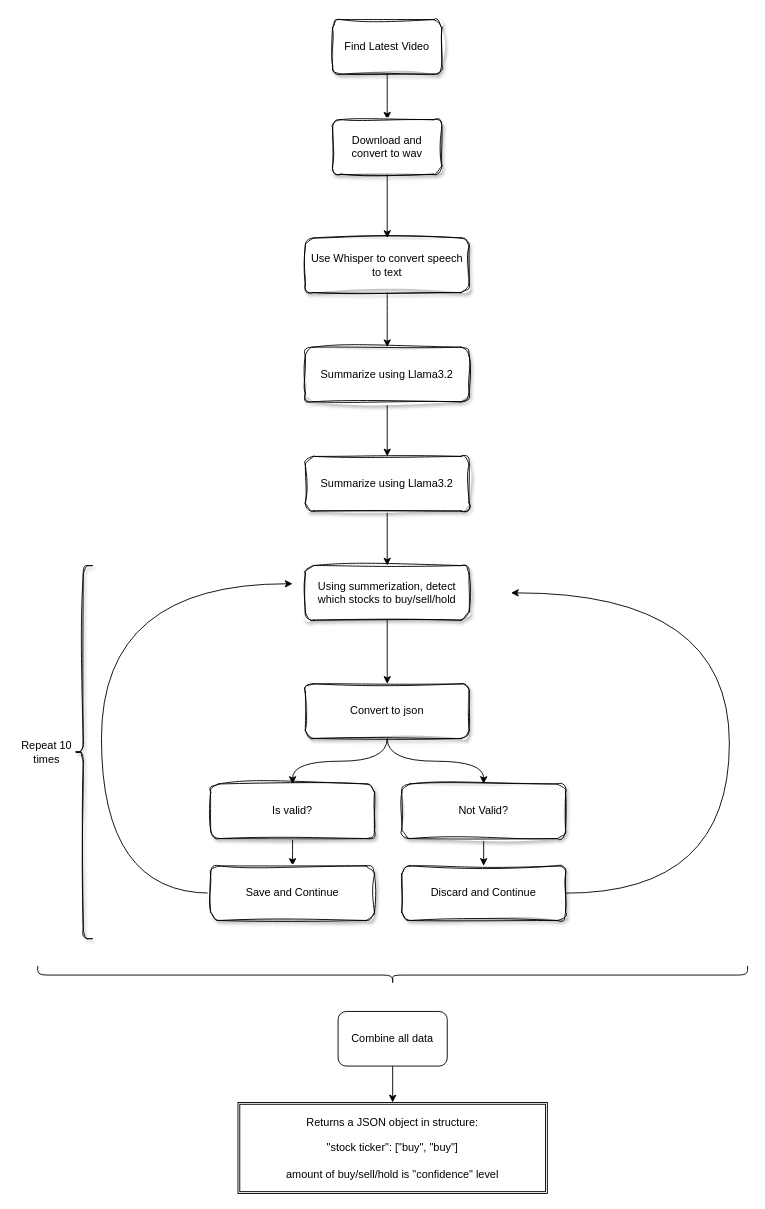
Above: page "C4 Context" (1 of 4) of draw.drawio in ved-patel226/MadMoneyAI (draw.io), before the change. Source tidied: cells renumbered, new cells numbered last; positions are measured from the earlier drawing's top-left corner, leaving out a move shared by most shapes. Both pictures are drawn from the tidied source at 91%, with x=0, y=0 at pixel (19, 19).
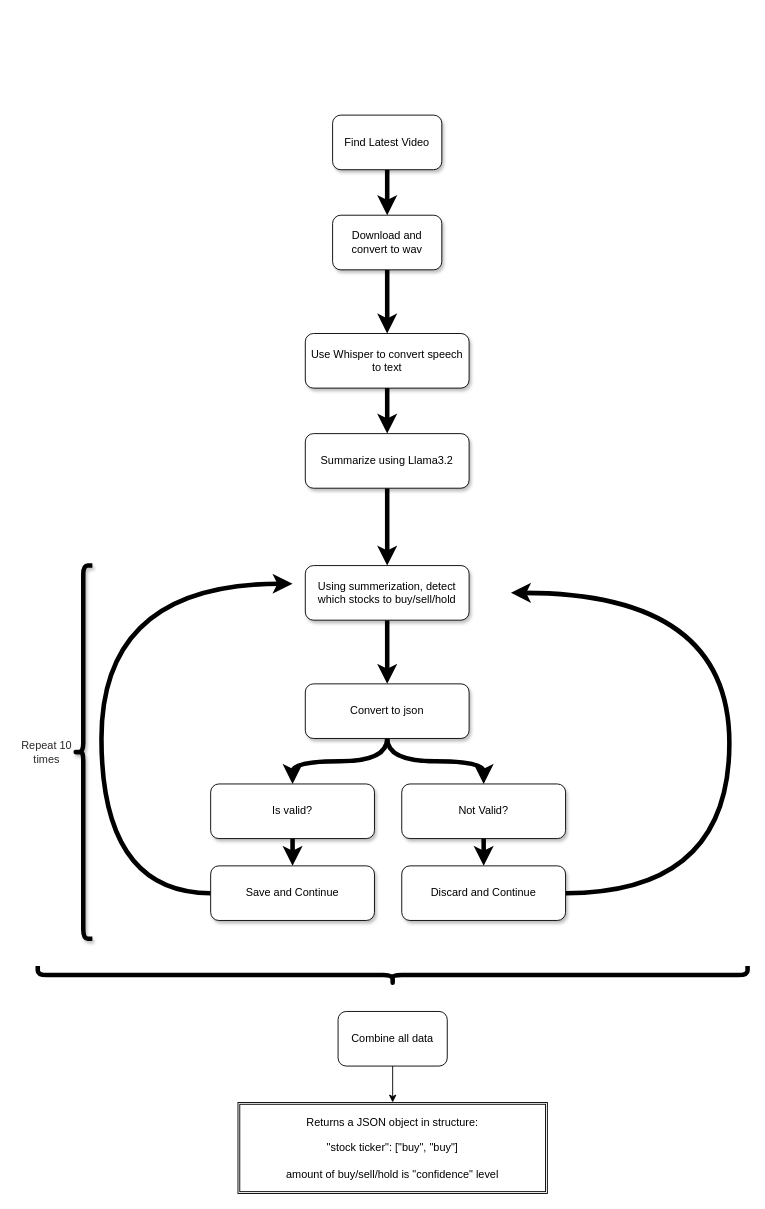
Above is the later version.

The change refers to these unchanged cells:
```xml
<mxCell id="28" value="Returns a JSON object in structure:&lt;br&gt;&lt;br&gt;&quot;stock ticker&quot;: [&quot;buy&quot;, &quot;buy&quot;]&lt;br&gt;&lt;br&gt;amount of buy/sell/hold is &quot;confidence&quot; level" style="shape=ext;double=1;rounded=0;whiteSpace=wrap;html=1;" parent="1" vertex="1">
  <mxGeometry x="240" y="1190" width="340" height="100" as="geometry" />
</mxCell>
<mxCell id="30" value="Combine all data" style="rounded=1;whiteSpace=wrap;html=1;" parent="1" vertex="1">
  <mxGeometry x="350" y="1090" width="120" height="60" as="geometry" />
</mxCell>
```

The edit, as a diff of the source:
```diff
@@
-<mxGraphModel>
+<mxGraphModel background="#ffffff">
@@
-    <mxCell id="2" style="edgeStyle=orthogonalEdgeStyle;html=1;entryX=0.5;entryY=0;entryDx=0;entryDy=0;curved=1;" parent="1" edge="1" source="3" target="5">
+    <mxCell id="2" style="edgeStyle=orthogonalEdgeStyle;html=1;entryX=0.5;entryY=0;entryDx=0;entryDy=0;curved=1;strokeColor=#000000;strokeWidth=5;" parent="1" edge="1" source="3" target="5">
       <mxGeometry relative="1" as="geometry" />
     </mxCell>
-    <mxCell id="3" value="Find Latest Video" style="rounded=1;whiteSpace=wrap;html=1;shadow=1;sketch=1;curveFitting=1;jiggle=2;" parent="1" vertex="1">
-      <mxGeometry x="344" width="120" height="60" as="geometry" />
+    <mxCell id="3" value="Find Latest Video" style="rounded=1;whiteSpace=wrap;html=1;shadow=1;" parent="1" vertex="1">
+      <mxGeometry x="344" y="105" width="120" height="60" as="geometry" />
     </mxCell>
-    <mxCell id="4" style="edgeStyle=orthogonalEdgeStyle;curved=1;html=1;entryX=0.5;entryY=0;entryDx=0;entryDy=0;" parent="1" edge="1" source="5" target="7">
+    <mxCell id="4" style="edgeStyle=orthogonalEdgeStyle;curved=1;html=1;entryX=0.5;entryY=0;entryDx=0;entryDy=0;strokeColor=#000000;strokeWidth=5;" parent="1" edge="1" source="5" target="7">
       <mxGeometry relative="1" as="geometry" />
     </mxCell>
-    <mxCell id="5" value="Download and convert to wav" style="rounded=1;whiteSpace=wrap;html=1;shadow=1;sketch=1;curveFitting=1;jiggle=2;" parent="1" vertex="1">
-      <mxGeometry x="344" y="110" width="120" height="60" as="geometry" />
+    <mxCell id="5" value="Download and convert to wav" style="rounded=1;whiteSpace=wrap;html=1;shadow=1;" parent="1" vertex="1">
+      <mxGeometry x="344" y="215" width="120" height="60" as="geometry" />
     </mxCell>
-    <mxCell id="6" style="edgeStyle=orthogonalEdgeStyle;curved=1;html=1;" parent="1" edge="1" source="7" target="9">
+    <mxCell id="6" style="edgeStyle=orthogonalEdgeStyle;curved=1;html=1;strokeColor=#000000;strokeWidth=5;" parent="1" edge="1" source="7" target="9">
       <mxGeometry relative="1" as="geometry" />
     </mxCell>
-    <mxCell id="7" value="Use Whisper to convert speech to text" style="rounded=1;whiteSpace=wrap;html=1;glass=0;shadow=1;sketch=1;curveFitting=1;jiggle=2;" parent="1" vertex="1">
-      <mxGeometry x="314" y="240" width="180" height="60" as="geometry" />
+    <mxCell id="7" value="Use Whisper to convert speech to text" style="rounded=1;whiteSpace=wrap;html=1;glass=0;shadow=1;" parent="1" vertex="1">
+      <mxGeometry x="314" y="345" width="180" height="60" as="geometry" />
     </mxCell>
-    <mxCell id="8" style="edgeStyle=orthogonalEdgeStyle;curved=1;html=1;" parent="1" edge="1" source="9" target="11">
+    <mxCell id="8" style="edgeStyle=orthogonalEdgeStyle;curved=1;html=1;entryX=0.5;entryY=0;entryDx=0;entryDy=0;strokeColor=#000000;strokeWidth=5;" parent="1" edge="1" source="9" target="13">
       <mxGeometry relative="1" as="geometry" />
     </mxCell>
-    <mxCell id="9" value="Summarize using Llama3.2" style="rounded=1;whiteSpace=wrap;html=1;glass=0;shadow=1;sketch=1;curveFitting=1;jiggle=2;" parent="1" vertex="1">
-      <mxGeometry x="314" y="360" width="180" height="60" as="geometry" />
+    <mxCell id="9" value="Summarize using Llama3.2" style="rounded=1;whiteSpace=wrap;html=1;glass=0;shadow=1;" parent="1" vertex="1">
+      <mxGeometry x="314" y="455" width="180" height="60" as="geometry" />
     </mxCell>
-    <mxCell id="10" style="edgeStyle=orthogonalEdgeStyle;curved=1;html=1;entryX=0.5;entryY=0;entryDx=0;entryDy=0;" parent="1" edge="1" source="11" target="13">
-      <mxGeometry relative="1" as="geometry" />
-    </mxCell>
-    <mxCell id="11" value="Summarize using Llama3.2" style="rounded=1;whiteSpace=wrap;html=1;glass=0;shadow=1;sketch=1;curveFitting=1;jiggle=2;" parent="1" vertex="1">
-      <mxGeometry x="314" y="480" width="180" height="60" as="geometry" />
-    </mxCell>
-    <mxCell id="12" style="edgeStyle=orthogonalEdgeStyle;curved=1;html=1;entryX=0.5;entryY=0;entryDx=0;entryDy=0;" parent="1" edge="1" source="13" target="16">
+    <mxCell id="12" style="edgeStyle=orthogonalEdgeStyle;curved=1;html=1;entryX=0.5;entryY=0;entryDx=0;entryDy=0;strokeColor=#000000;strokeWidth=5;" parent="1" edge="1" source="13" target="16">
       <mxGeometry relative="1" as="geometry" />
     </mxCell>
-    <mxCell id="13" value="Using summerization, detect which stocks to buy/sell/hold" style="rounded=1;whiteSpace=wrap;html=1;glass=0;shadow=1;sketch=1;curveFitting=1;jiggle=2;" parent="1" vertex="1">
+    <mxCell id="13" value="Using summerization, detect which stocks to buy/sell/hold" style="rounded=1;whiteSpace=wrap;html=1;glass=0;shadow=1;" parent="1" vertex="1">
       <mxGeometry x="314" y="600" width="180" height="60" as="geometry" />
     </mxCell>
-    <mxCell id="14" style="edgeStyle=orthogonalEdgeStyle;curved=1;html=1;" parent="1" edge="1" source="16" target="18">
+    <mxCell id="14" style="edgeStyle=orthogonalEdgeStyle;curved=1;html=1;strokeColor=#000000;strokeWidth=5;" parent="1" edge="1" source="16" target="18">
       <mxGeometry relative="1" as="geometry" />
     </mxCell>
-    <mxCell id="15" style="edgeStyle=orthogonalEdgeStyle;curved=1;html=1;" parent="1" edge="1" source="16" target="20">
+    <mxCell id="15" style="edgeStyle=orthogonalEdgeStyle;curved=1;html=1;strokeColor=#000000;strokeWidth=5;" parent="1" edge="1" source="16" target="20">
       <mxGeometry relative="1" as="geometry" />
     </mxCell>
-    <mxCell id="16" value="Convert to json" style="rounded=1;whiteSpace=wrap;html=1;glass=0;shadow=1;sketch=1;curveFitting=1;jiggle=2;" parent="1" vertex="1">
+    <mxCell id="16" value="Convert to json" style="rounded=1;whiteSpace=wrap;html=1;glass=0;shadow=1;" parent="1" vertex="1">
       <mxGeometry x="314" y="730" width="180" height="60" as="geometry" />
     </mxCell>
-    <mxCell id="17" style="edgeStyle=orthogonalEdgeStyle;curved=1;html=1;" parent="1" edge="1" source="18" target="22">
+    <mxCell id="17" style="edgeStyle=orthogonalEdgeStyle;curved=1;html=1;strokeColor=#000000;strokeWidth=5;" parent="1" edge="1" source="18" target="22">
       <mxGeometry relative="1" as="geometry" />
     </mxCell>
-    <mxCell id="18" value="Is valid?" style="rounded=1;whiteSpace=wrap;html=1;glass=0;shadow=1;sketch=1;curveFitting=1;jiggle=2;" parent="1" vertex="1">
+    <mxCell id="18" value="Is valid?" style="rounded=1;whiteSpace=wrap;html=1;glass=0;shadow=1;" parent="1" vertex="1">
       <mxGeometry x="210" y="840" width="180" height="60" as="geometry" />
     </mxCell>
-    <mxCell id="19" style="edgeStyle=orthogonalEdgeStyle;curved=1;html=1;" parent="1" edge="1" source="20" target="24">
+    <mxCell id="19" style="edgeStyle=orthogonalEdgeStyle;curved=1;html=1;strokeColor=#000000;strokeWidth=5;" parent="1" edge="1" source="20" target="24">
       <mxGeometry relative="1" as="geometry" />
     </mxCell>
-    <mxCell id="20" value="Not Valid?" style="rounded=1;whiteSpace=wrap;html=1;glass=0;shadow=1;sketch=1;curveFitting=1;jiggle=2;" parent="1" vertex="1">
+    <mxCell id="20" value="Not Valid?" style="rounded=1;whiteSpace=wrap;html=1;glass=0;shadow=1;" parent="1" vertex="1">
       <mxGeometry x="420" y="840" width="180" height="60" as="geometry" />
     </mxCell>
-    <mxCell id="21" style="edgeStyle=orthogonalEdgeStyle;curved=1;html=1;" parent="1" edge="1" source="22">
+    <mxCell id="21" style="edgeStyle=orthogonalEdgeStyle;curved=1;html=1;fontColor=#000000;strokeColor=#000000;strokeWidth=5;" parent="1" edge="1" source="22">
       <mxGeometry relative="1" as="geometry">
         <mxPoint x="300" y="620" as="targetPoint" />
         <Array as="points">
           <mxPoint x="90" y="960" />
           <mxPoint x="90" y="620" />
         </Array>
       </mxGeometry>
     </mxCell>
-    <mxCell id="22" value="Save and Continue" style="rounded=1;whiteSpace=wrap;html=1;glass=0;shadow=1;sketch=1;curveFitting=1;jiggle=2;" parent="1" vertex="1">
+    <mxCell id="22" value="Save and Continue" style="rounded=1;whiteSpace=wrap;html=1;glass=0;shadow=1;" parent="1" vertex="1">
       <mxGeometry x="210" y="930" width="180" height="60" as="geometry" />
     </mxCell>
-    <mxCell id="23" style="edgeStyle=orthogonalEdgeStyle;curved=1;html=1;" parent="1" edge="1" source="24">
+    <mxCell id="23" style="edgeStyle=orthogonalEdgeStyle;curved=1;html=1;fontColor=#000000;strokeColor=#000000;strokeWidth=5;" parent="1" edge="1" source="24">
       <mxGeometry relative="1" as="geometry">
         <mxPoint x="540" y="630" as="targetPoint" />
         <Array as="points">
           <mxPoint x="780" y="960" />
           <mxPoint x="780" y="630" />
         </Array>
       </mxGeometry>
     </mxCell>
-    <mxCell id="24" value="Discard and Continue" style="rounded=1;whiteSpace=wrap;html=1;glass=0;shadow=1;sketch=1;curveFitting=1;jiggle=2;" parent="1" vertex="1">
+    <mxCell id="24" value="Discard and Continue" style="rounded=1;whiteSpace=wrap;html=1;glass=0;shadow=1;" parent="1" vertex="1">
       <mxGeometry x="420" y="930" width="180" height="60" as="geometry" />
     </mxCell>
+    <mxCell id="31" style="edgeStyle=none;hachureGap=4;html=1;fontFamily=Architects Daughter;fontSize=16;" parent="1" edge="1" source="25" target="26">
+      <mxGeometry relative="1" as="geometry" />
+    </mxCell>
-    <mxCell id="25" style="shape=curlyBracket;whiteSpace=wrap;html=1;rounded=1;labelPosition=left;verticalLabelPosition=middle;align=right;verticalAlign=middle;shadow=1;glass=0;sketch=1;" parent="1" vertex="1">
+    <mxCell id="25" style="shape=curlyBracket;whiteSpace=wrap;html=1;rounded=1;labelPosition=left;verticalLabelPosition=middle;align=right;verticalAlign=middle;shadow=1;glass=0;gradientColor=none;strokeColor=#000000;strokeWidth=5;" parent="1" vertex="1">
       <mxGeometry x="60" y="600" width="20" height="410" as="geometry" />
     </mxCell>
-    <mxCell id="26" value="Repeat 10 times" style="text;html=1;strokeColor=none;fillColor=none;align=center;verticalAlign=middle;whiteSpace=wrap;rounded=0;shadow=1;glass=0;sketch=1;" parent="1" vertex="1">
+    <mxCell id="26" value="Repeat 10 times" style="text;html=1;strokeColor=none;fillColor=none;align=center;verticalAlign=middle;whiteSpace=wrap;rounded=0;shadow=1;glass=0;fontColor=#2e2929;" parent="1" vertex="1">
       <mxGeometry y="790" width="60" height="30" as="geometry" />
     </mxCell>
-    <mxCell id="27" style="shape=curlyBracket;whiteSpace=wrap;html=1;rounded=1;labelPosition=left;verticalLabelPosition=middle;align=right;verticalAlign=middle;rotation=-90;" parent="1" vertex="1">
+    <mxCell id="27" style="shape=curlyBracket;whiteSpace=wrap;html=1;rounded=1;labelPosition=left;verticalLabelPosition=middle;align=right;verticalAlign=middle;rotation=-90;fillColor=#000000;strokeColor=#000000;strokeWidth=5;" parent="1" vertex="1">
       <mxGeometry x="400" y="660" width="20" height="780" as="geometry" />
     </mxCell>
@@
-    <mxCell id="29" style="edgeStyle=none;html=1;" parent="1" edge="1" source="30" target="28">
+    <mxCell id="29" style="edgeStyle=none;html=1;strokeColor=#000000;" parent="1" edge="1" source="30" target="28">
       <mxGeometry relative="1" as="geometry" />
     </mxCell>
```
